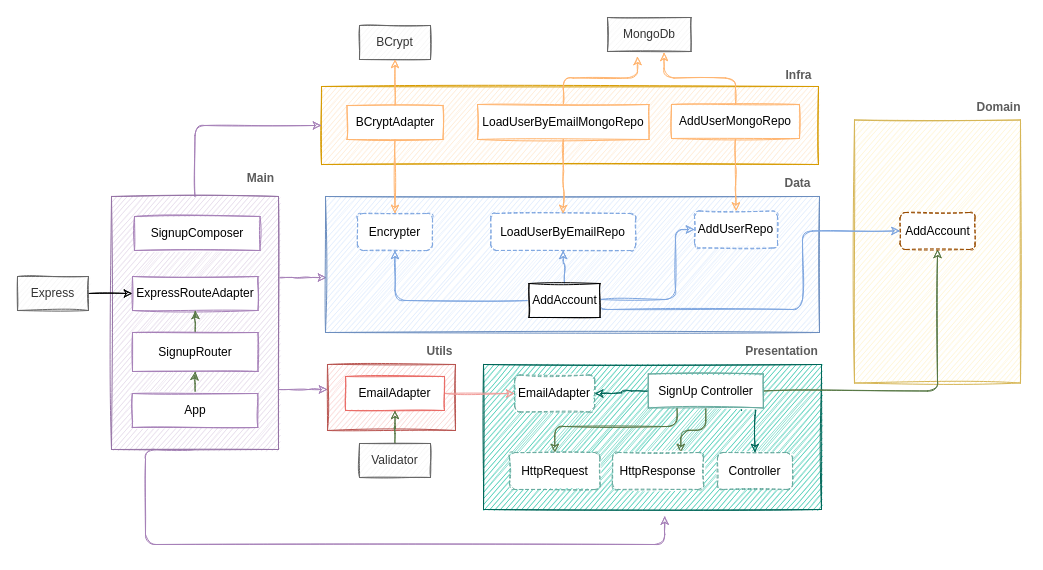
The draw.io diagram Untitled Diagram.drawio in alioshr/Alioshr, before the edit. Source tidied: cells renumbered, new cells numbered last; positions are measured from the earlier drawing's top-left corner, leaving out a move shared by most shapes. Both pictures are drawn from the tidied source at 100%, with x=0, y=0 at pixel (17, 17).
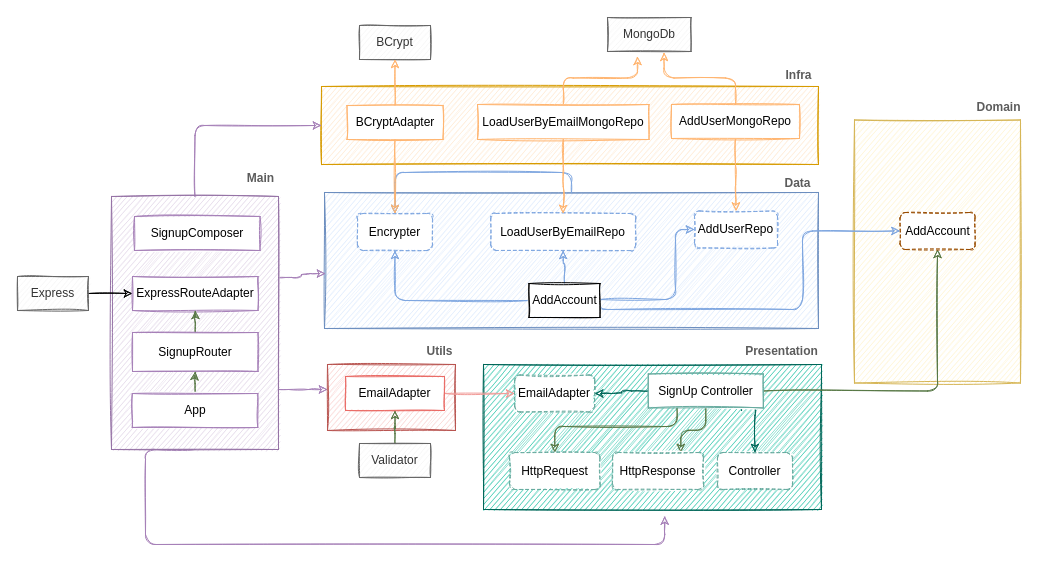
Above is the later version.

The change refers to these unchanged cells:
```xml
<mxCell id="36" value="AddAccount" style="rounded=0;whiteSpace=wrap;html=1;sketch=1;" parent="1" vertex="1">
  <mxGeometry x="511.5" y="266" width="71" height="34" as="geometry" />
</mxCell>
<mxCell id="40" value="Encrypter" style="rounded=1;whiteSpace=wrap;html=1;sketch=1;dashed=1;shadow=0;strokeColor=#7EA6E0;" parent="1" vertex="1">
  <mxGeometry x="340" y="196" width="75" height="37" as="geometry" />
</mxCell>
<mxCell id="57" value="LoadUserByEmailRepo" style="rounded=1;whiteSpace=wrap;html=1;sketch=1;dashed=1;shadow=0;strokeColor=#7EA6E0;" parent="1" vertex="1">
  <mxGeometry x="473.2" y="196" width="145" height="37" as="geometry" />
</mxCell>
```

Change to the diagram source:
```diff
@@
+    <mxCell id="10" style="rounded=0;whiteSpace=wrap;html=1;sketch=1;strokeColor=#6c8ebf;fillColor=#dae8fc;" parent="1" vertex="1">
+      <mxGeometry x="307" y="175" width="494" height="136" as="geometry" />
+    </mxCell>
@@
-    <mxCell id="10" style="rounded=0;whiteSpace=wrap;html=1;sketch=1;strokeColor=#6c8ebf;fillColor=#dae8fc;" parent="1" vertex="1">
-      <mxGeometry x="308" y="179" width="494" height="136" as="geometry" />
-    </mxCell>
@@
-    <mxCell id="32" style="edgeStyle=orthogonalEdgeStyle;rounded=1;sketch=1;jettySize=auto;html=1;fontColor=#5C5C5C;fillColor=#21C0A5;strokeColor=#7EA6E0;" parent="1" edge="1" source="36" target="40">
+    <mxCell id="32" style="edgeStyle=orthogonalEdgeStyle;rounded=1;sketch=1;jettySize=auto;html=1;fontColor=#5C5C5C;fillColor=#21C0A5;strokeColor=#7EA6E0;startArrow=none;" parent="1" edge="1" source="10" target="40">
       <mxGeometry relative="1" as="geometry" />
     </mxCell>
@@
-    <mxCell id="35" style="edgeStyle=orthogonalEdgeStyle;rounded=1;sketch=1;jettySize=auto;html=1;fontColor=#5C5C5C;fillColor=#21C0A5;strokeColor=#7EA6E0;" parent="1" edge="1" source="36" target="57">
+    <mxCell id="35" style="edgeStyle=orthogonalEdgeStyle;rounded=1;sketch=1;jettySize=auto;html=1;entryX=0.5;entryY=1;entryDx=0;entryDy=0;fontColor=#5C5C5C;fillColor=#21C0A5;strokeColor=#7EA6E0;" parent="1" edge="1" source="36" target="57">
       <mxGeometry relative="1" as="geometry" />
     </mxCell>
+    <mxCell id="61" style="edgeStyle=orthogonalEdgeStyle;rounded=1;sketch=1;jettySize=auto;html=1;fontColor=#5C5C5C;fillColor=#21C0A5;strokeColor=#7EA6E0;" parent="1" edge="1" source="36" target="40">
+      <mxGeometry relative="1" as="geometry" />
+    </mxCell>
```
